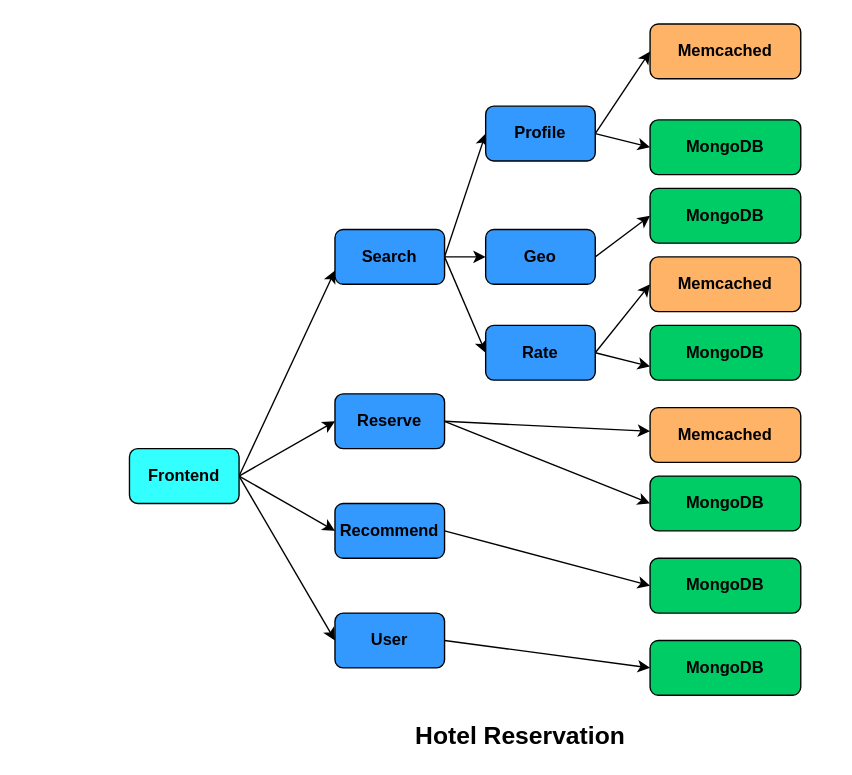
Romero027/DeathStarBench keeps this draw.io diagram as hotelReservation/hotel_arch.drawio. Above is the earlier version. Source tidied: cells renumbered, new cells numbered last; positions are measured from the earlier drawing's top-left corner, leaving out a move shared by most shapes. Both pictures are drawn from the tidied source at 137%, with x=0, y=0 at pixel (129, 23).
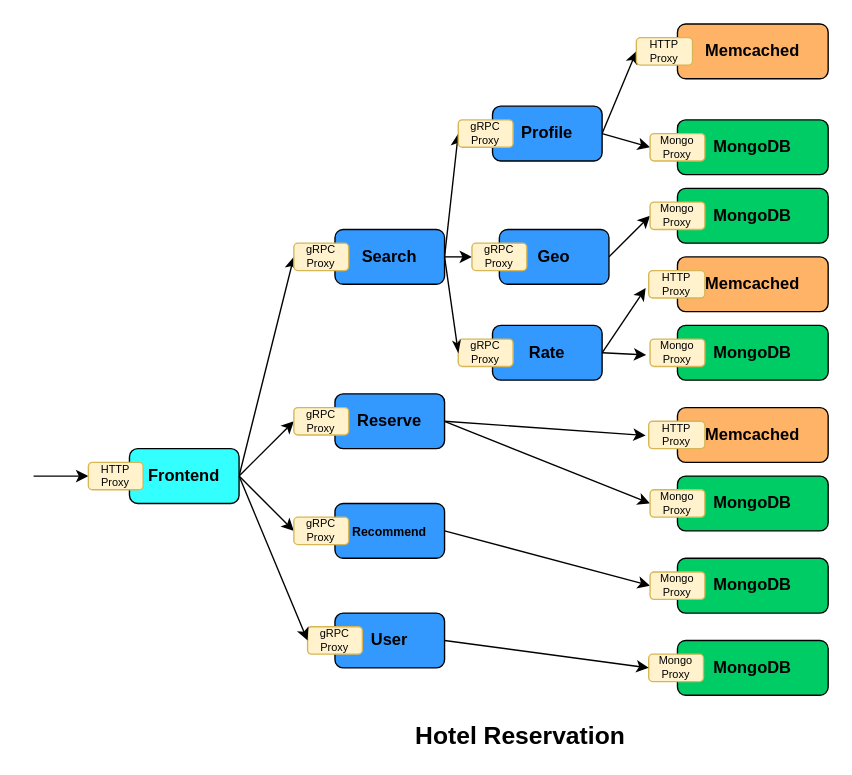
Above is the later version.

Commit message:
update hotel arch'

The change refers to these unchanged cells:
```xml
<mxCell id="6" value="&lt;b&gt;Frontend&lt;/b&gt;" style="rounded=1;whiteSpace=wrap;html=1;fillColor=#33FFFF;" parent="1" vertex="1">
  <mxGeometry y="310" width="80" height="40" as="geometry" />
</mxCell>
<mxCell id="10" value="&lt;b&gt;Search&lt;/b&gt;" style="rounded=1;whiteSpace=wrap;html=1;fillColor=#3399FF;" parent="1" vertex="1">
  <mxGeometry x="150" y="150" width="80" height="40" as="geometry" />
</mxCell>
<mxCell id="15" value="&lt;b&gt;Reserve&lt;/b&gt;" style="rounded=1;whiteSpace=wrap;html=1;fillColor=#3399FF;" parent="1" vertex="1">
  <mxGeometry x="150" y="270" width="80" height="40" as="geometry" />
</mxCell>
<mxCell id="17" value="&lt;b&gt;User&lt;/b&gt;" style="rounded=1;whiteSpace=wrap;html=1;fillColor=#3399FF;" parent="1" vertex="1">
  <mxGeometry x="150" y="430" width="80" height="40" as="geometry" />
</mxCell>
```

Diff of the diagram source:
```diff
@@
-    <mxCell id="2" style="edgeStyle=none;rounded=0;jettySize=auto;html=1;exitX=1;exitY=0.5;exitDx=0;exitDy=0;entryX=0;entryY=0.75;entryDx=0;entryDy=0;" parent="1" edge="1" source="6" target="10">
+    <mxCell id="2" style="edgeStyle=none;rounded=0;jettySize=auto;html=1;exitX=1;exitY=0.5;exitDx=0;exitDy=0;entryX=0;entryY=0.5;entryDx=0;entryDy=0;" parent="1" edge="1" source="6" target="39">
       <mxGeometry relative="1" as="geometry" />
     </mxCell>
-    <mxCell id="3" style="edgeStyle=none;rounded=0;jettySize=auto;html=1;exitX=1;exitY=0.5;exitDx=0;exitDy=0;entryX=0;entryY=0.5;entryDx=0;entryDy=0;" parent="1" edge="1" source="6" target="15">
+    <mxCell id="3" style="edgeStyle=none;rounded=0;jettySize=auto;html=1;exitX=1;exitY=0.5;exitDx=0;exitDy=0;entryX=0;entryY=0.5;entryDx=0;entryDy=0;" parent="1" edge="1" source="6" target="38">
       <mxGeometry relative="1" as="geometry" />
     </mxCell>
-    <mxCell id="4" style="edgeStyle=none;rounded=0;jettySize=auto;html=1;exitX=1;exitY=0.5;exitDx=0;exitDy=0;entryX=0;entryY=0.5;entryDx=0;entryDy=0;" parent="1" edge="1" source="6" target="12">
+    <mxCell id="4" style="edgeStyle=none;rounded=0;jettySize=auto;html=1;exitX=1;exitY=0.5;exitDx=0;exitDy=0;entryX=0;entryY=0.5;entryDx=0;entryDy=0;" parent="1" edge="1" source="6" target="40">
       <mxGeometry relative="1" as="geometry" />
     </mxCell>
-    <mxCell id="5" style="edgeStyle=none;rounded=0;jettySize=auto;html=1;exitX=1;exitY=0.5;exitDx=0;exitDy=0;entryX=0;entryY=0.5;entryDx=0;entryDy=0;" parent="1" edge="1" source="6" target="17">
+    <mxCell id="5" style="edgeStyle=none;rounded=0;jettySize=auto;html=1;exitX=1;exitY=0.5;exitDx=0;exitDy=0;entryX=0;entryY=0.5;entryDx=0;entryDy=0;startArrow=none;" parent="1" edge="1" source="41" target="17">
       <mxGeometry relative="1" as="geometry" />
     </mxCell>
@@
-    <mxCell id="7" style="rounded=0;jettySize=auto;html=1;exitX=1;exitY=0.5;exitDx=0;exitDy=0;entryX=0;entryY=0.5;entryDx=0;entryDy=0;" parent="1" edge="1" source="10" target="20">
+    <mxCell id="7" style="rounded=0;jettySize=auto;html=1;exitX=1;exitY=0.5;exitDx=0;exitDy=0;entryX=0;entryY=0.5;entryDx=0;entryDy=0;" parent="1" edge="1" source="10" target="43">
       <mxGeometry relative="1" as="geometry" />
     </mxCell>
-    <mxCell id="8" style="edgeStyle=none;rounded=0;jettySize=auto;html=1;exitX=1;exitY=0.5;exitDx=0;exitDy=0;" parent="1" edge="1" source="10" target="22">
+    <mxCell id="8" style="edgeStyle=none;rounded=0;jettySize=auto;html=1;exitX=1;exitY=0.5;exitDx=0;exitDy=0;entryX=0;entryY=0.5;entryDx=0;entryDy=0;" parent="1" edge="1" source="10" target="44">
       <mxGeometry relative="1" as="geometry" />
     </mxCell>
-    <mxCell id="9" style="edgeStyle=none;rounded=0;jettySize=auto;html=1;exitX=1;exitY=0.5;exitDx=0;exitDy=0;entryX=0;entryY=0.5;entryDx=0;entryDy=0;" parent="1" edge="1" source="10" target="25">
+    <mxCell id="9" style="edgeStyle=none;rounded=0;jettySize=auto;html=1;exitX=1;exitY=0.5;exitDx=0;exitDy=0;entryX=0;entryY=0.5;entryDx=0;entryDy=0;startArrow=none;" parent="1" edge="1" source="45" target="25">
       <mxGeometry relative="1" as="geometry" />
     </mxCell>
@@
-    <mxCell id="11" style="edgeStyle=none;rounded=0;jettySize=auto;html=1;exitX=1;exitY=0.5;exitDx=0;exitDy=0;entryX=0;entryY=0.5;entryDx=0;entryDy=0;" parent="1" edge="1" source="12" target="33">
+    <mxCell id="11" style="edgeStyle=none;rounded=0;jettySize=auto;html=1;exitX=1;exitY=0.5;exitDx=0;exitDy=0;entryX=0;entryY=0.5;entryDx=0;entryDy=0;" parent="1" edge="1" source="12" target="55">
       <mxGeometry relative="1" as="geometry" />
     </mxCell>
-    <mxCell id="12" value="&lt;b&gt;Recommend&lt;/b&gt;" style="rounded=1;whiteSpace=wrap;html=1;fillColor=#3399FF;" parent="1" vertex="1">
+    <mxCell id="12" value="&lt;b&gt;&lt;font style=&quot;font-size: 9px&quot;&gt;Recommend&lt;/font&gt;&lt;/b&gt;" style="rounded=1;whiteSpace=wrap;html=1;fillColor=#3399FF;" parent="1" vertex="1">
       <mxGeometry x="150" y="350" width="80" height="40" as="geometry" />
     </mxCell>
-    <mxCell id="13" style="edgeStyle=none;rounded=0;jettySize=auto;html=1;exitX=1;exitY=0.5;exitDx=0;exitDy=0;" parent="1" edge="1" source="15" target="28">
+    <mxCell id="13" style="edgeStyle=none;rounded=0;jettySize=auto;html=1;exitX=1;exitY=0.5;exitDx=0;exitDy=0;entryX=-0.054;entryY=0.52;entryDx=0;entryDy=0;entryPerimeter=0;" parent="1" edge="1" source="15" target="53">
       <mxGeometry relative="1" as="geometry" />
     </mxCell>
-    <mxCell id="14" style="edgeStyle=none;rounded=0;jettySize=auto;html=1;exitX=1;exitY=0.5;exitDx=0;exitDy=0;entryX=0;entryY=0.5;entryDx=0;entryDy=0;" parent="1" edge="1" source="15" target="32">
+    <mxCell id="14" style="edgeStyle=none;rounded=0;jettySize=auto;html=1;exitX=1;exitY=0.5;exitDx=0;exitDy=0;entryX=0;entryY=0.5;entryDx=0;entryDy=0;" parent="1" edge="1" source="15" target="54">
       <mxGeometry relative="1" as="geometry" />
     </mxCell>
@@
-    <mxCell id="16" style="edgeStyle=none;rounded=0;jettySize=auto;html=1;exitX=1;exitY=0.5;exitDx=0;exitDy=0;entryX=0;entryY=0.5;entryDx=0;entryDy=0;" parent="1" edge="1" source="17" target="34">
+    <mxCell id="16" style="edgeStyle=none;rounded=0;jettySize=auto;html=1;exitX=1;exitY=0.5;exitDx=0;exitDy=0;entryX=0;entryY=0.5;entryDx=0;entryDy=0;startArrow=none;" parent="1" edge="1" source="56" target="34">
       <mxGeometry relative="1" as="geometry" />
     </mxCell>
@@
-    <mxCell id="18" style="edgeStyle=none;rounded=0;jettySize=auto;html=1;exitX=1;exitY=0.5;exitDx=0;exitDy=0;entryX=0;entryY=0.5;entryDx=0;entryDy=0;" parent="1" edge="1" source="20" target="26">
-      <mxGeometry relative="1" as="geometry" />
+    <mxCell id="18" style="edgeStyle=none;rounded=0;jettySize=auto;html=1;exitX=1;exitY=0.5;exitDx=0;exitDy=0;" parent="1" edge="1" source="20">
+      <mxGeometry relative="1" as="geometry">
+        <mxPoint x="370" y="20" as="targetPoint" />
+      </mxGeometry>
     </mxCell>
-    <mxCell id="19" style="edgeStyle=none;rounded=0;jettySize=auto;html=1;exitX=1;exitY=0.5;exitDx=0;exitDy=0;entryX=0;entryY=0.5;entryDx=0;entryDy=0;" parent="1" edge="1" source="20" target="29">
+    <mxCell id="19" style="edgeStyle=none;rounded=0;jettySize=auto;html=1;exitX=1;exitY=0.5;exitDx=0;exitDy=0;entryX=0;entryY=0.5;entryDx=0;entryDy=0;" parent="1" edge="1" source="20" target="48">
       <mxGeometry relative="1" as="geometry" />
     </mxCell>
     <mxCell id="20" value="&lt;b&gt;Profile&lt;/b&gt;" style="rounded=1;whiteSpace=wrap;html=1;fillColor=#3399FF;" parent="1" vertex="1">
-      <mxGeometry x="260" y="60" width="80" height="40" as="geometry" />
+      <mxGeometry x="265" y="60" width="80" height="40" as="geometry" />
     </mxCell>
-    <mxCell id="21" style="edgeStyle=none;rounded=0;jettySize=auto;html=1;exitX=1;exitY=0.5;exitDx=0;exitDy=0;entryX=0;entryY=0.5;entryDx=0;entryDy=0;" parent="1" edge="1" source="22" target="30">
+    <mxCell id="21" style="edgeStyle=none;rounded=0;jettySize=auto;html=1;exitX=1;exitY=0.5;exitDx=0;exitDy=0;entryX=0;entryY=0.5;entryDx=0;entryDy=0;" parent="1" edge="1" source="22" target="49">
       <mxGeometry relative="1" as="geometry" />
     </mxCell>
     <mxCell id="22" value="&lt;b&gt;Geo&lt;/b&gt;" style="rounded=1;whiteSpace=wrap;html=1;fillColor=#3399FF;" parent="1" vertex="1">
-      <mxGeometry x="260" y="150" width="80" height="40" as="geometry" />
+      <mxGeometry x="270" y="150" width="80" height="40" as="geometry" />
     </mxCell>
-    <mxCell id="23" style="edgeStyle=none;rounded=0;jettySize=auto;html=1;exitX=1;exitY=0.5;exitDx=0;exitDy=0;entryX=0;entryY=0.5;entryDx=0;entryDy=0;" parent="1" edge="1" source="25" target="27">
+    <mxCell id="23" style="edgeStyle=none;rounded=0;jettySize=auto;html=1;exitX=1;exitY=0.5;exitDx=0;exitDy=0;entryX=0;entryY=0.5;entryDx=0;entryDy=0;startArrow=none;" parent="1" edge="1" source="50" target="27">
       <mxGeometry relative="1" as="geometry" />
     </mxCell>
-    <mxCell id="24" style="edgeStyle=none;rounded=0;jettySize=auto;html=1;exitX=1;exitY=0.5;exitDx=0;exitDy=0;entryX=0;entryY=0.75;entryDx=0;entryDy=0;" parent="1" edge="1" source="25" target="31">
+    <mxCell id="24" style="edgeStyle=none;rounded=0;jettySize=auto;html=1;exitX=1;exitY=0.5;exitDx=0;exitDy=0;entryX=-0.07;entryY=0.58;entryDx=0;entryDy=0;entryPerimeter=0;" parent="1" edge="1" source="25" target="52">
       <mxGeometry relative="1" as="geometry" />
     </mxCell>
     <mxCell id="25" value="&lt;b&gt;Rate&lt;/b&gt;" style="rounded=1;whiteSpace=wrap;html=1;fillColor=#3399FF;" parent="1" vertex="1">
-      <mxGeometry x="260" y="220" width="80" height="40" as="geometry" />
+      <mxGeometry x="265" y="220" width="80" height="40" as="geometry" />
     </mxCell>
     <mxCell id="26" value="&lt;b&gt;Memcached&lt;/b&gt;" style="rounded=1;whiteSpace=wrap;html=1;fillColor=#FFB366;" parent="1" vertex="1">
-      <mxGeometry x="380" width="110" height="40" as="geometry" />
+      <mxGeometry x="400" width="110" height="40" as="geometry" />
     </mxCell>
     <mxCell id="27" value="&lt;b&gt;Memcached&lt;/b&gt;" style="rounded=1;whiteSpace=wrap;html=1;fillColor=#FFB366;" parent="1" vertex="1">
-      <mxGeometry x="380" y="170" width="110" height="40" as="geometry" />
+      <mxGeometry x="400" y="170" width="110" height="40" as="geometry" />
     </mxCell>
     <mxCell id="28" value="&lt;b&gt;Memcached&lt;/b&gt;" style="rounded=1;whiteSpace=wrap;html=1;fillColor=#FFB366;" parent="1" vertex="1">
-      <mxGeometry x="380" y="280" width="110" height="40" as="geometry" />
+      <mxGeometry x="400" y="280" width="110" height="40" as="geometry" />
     </mxCell>
     <mxCell id="29" value="&lt;b&gt;MongoDB&lt;/b&gt;" style="rounded=1;whiteSpace=wrap;html=1;fillColor=#00CC66;" parent="1" vertex="1">
-      <mxGeometry x="380" y="70" width="110" height="40" as="geometry" />
+      <mxGeometry x="400" y="70" width="110" height="40" as="geometry" />
     </mxCell>
     <mxCell id="30" value="&lt;b&gt;MongoDB&lt;/b&gt;" style="rounded=1;whiteSpace=wrap;html=1;fillColor=#00CC66;" parent="1" vertex="1">
-      <mxGeometry x="380" y="120" width="110" height="40" as="geometry" />
+      <mxGeometry x="400" y="120" width="110" height="40" as="geometry" />
     </mxCell>
     <mxCell id="31" value="&lt;b&gt;MongoDB&lt;/b&gt;" style="rounded=1;whiteSpace=wrap;html=1;fillColor=#00CC66;" parent="1" vertex="1">
-      <mxGeometry x="380" y="220" width="110" height="40" as="geometry" />
+      <mxGeometry x="400" y="220" width="110" height="40" as="geometry" />
     </mxCell>
     <mxCell id="32" value="&lt;b&gt;MongoDB&lt;/b&gt;" style="rounded=1;whiteSpace=wrap;html=1;fillColor=#00CC66;" parent="1" vertex="1">
-      <mxGeometry x="380" y="330" width="110" height="40" as="geometry" />
+      <mxGeometry x="400" y="330" width="110" height="40" as="geometry" />
     </mxCell>
     <mxCell id="33" value="&lt;b&gt;MongoDB&lt;/b&gt;" style="rounded=1;whiteSpace=wrap;html=1;fillColor=#00CC66;" parent="1" vertex="1">
-      <mxGeometry x="380" y="390" width="110" height="40" as="geometry" />
+      <mxGeometry x="400" y="390" width="110" height="40" as="geometry" />
     </mxCell>
     <mxCell id="34" value="&lt;b&gt;MongoDB&lt;/b&gt;" style="rounded=1;whiteSpace=wrap;html=1;fillColor=#00CC66;" parent="1" vertex="1">
-      <mxGeometry x="380" y="450" width="110" height="40" as="geometry" />
+      <mxGeometry x="400" y="450" width="110" height="40" as="geometry" />
     </mxCell>
@@
+    <mxCell id="36" style="edgeStyle=orthogonalEdgeStyle;rounded=0;jettySize=auto;html=1;exitX=0;exitY=0.5;exitDx=0;exitDy=0;endArrow=none;endFill=0;startArrow=classic;startFill=1;" parent="1" edge="1" source="37">
+      <mxGeometry relative="1" as="geometry">
+        <mxPoint x="-70" y="330" as="targetPoint" />
+      </mxGeometry>
+    </mxCell>
+    <mxCell id="37" value="&lt;font style=&quot;font-size: 8px&quot;&gt;HTTP Proxy&lt;/font&gt;" style="rounded=1;whiteSpace=wrap;html=1;fontSize=7;fillColor=#fff2cc;strokeColor=#d6b656;" parent="1" vertex="1">
+      <mxGeometry x="-30" y="320" width="40" height="20" as="geometry" />
+    </mxCell>
+    <mxCell id="38" value="&lt;font style=&quot;font-size: 8px&quot;&gt;gRPC Proxy&lt;/font&gt;" style="rounded=1;whiteSpace=wrap;html=1;fontSize=7;fillColor=#fff2cc;strokeColor=#d6b656;" parent="1" vertex="1">
+      <mxGeometry x="120" y="280" width="40" height="20" as="geometry" />
+    </mxCell>
+    <mxCell id="39" value="&lt;font style=&quot;font-size: 8px&quot;&gt;gRPC Proxy&lt;/font&gt;" style="rounded=1;whiteSpace=wrap;html=1;fontSize=7;fillColor=#fff2cc;strokeColor=#d6b656;" parent="1" vertex="1">
+      <mxGeometry x="120" y="160" width="40" height="20" as="geometry" />
+    </mxCell>
+    <mxCell id="40" value="&lt;font style=&quot;font-size: 8px&quot;&gt;gRPC Proxy&lt;/font&gt;" style="rounded=1;whiteSpace=wrap;html=1;fontSize=7;fillColor=#fff2cc;strokeColor=#d6b656;" parent="1" vertex="1">
+      <mxGeometry x="120" y="360" width="40" height="20" as="geometry" />
+    </mxCell>
+    <mxCell id="41" value="&lt;font style=&quot;font-size: 8px&quot;&gt;gRPC Proxy&lt;/font&gt;" style="rounded=1;whiteSpace=wrap;html=1;fontSize=7;fillColor=#fff2cc;strokeColor=#d6b656;" parent="1" vertex="1">
+      <mxGeometry x="130" y="440" width="40" height="20" as="geometry" />
+    </mxCell>
+    <mxCell id="42" style="edgeStyle=none;rounded=0;jettySize=auto;html=1;exitX=1;exitY=0.5;exitDx=0;exitDy=0;endArrow=classic;entryX=0;entryY=0.5;entryDx=0;entryDy=0;endFill=1;" parent="1" edge="1" source="6" target="41">
+      <mxGeometry relative="1" as="geometry" />
+    </mxCell>
+    <mxCell id="43" value="&lt;font style=&quot;font-size: 8px&quot;&gt;gRPC Proxy&lt;/font&gt;" style="rounded=1;whiteSpace=wrap;html=1;fontSize=7;fillColor=#fff2cc;strokeColor=#d6b656;" parent="1" vertex="1">
+      <mxGeometry x="240" y="70" width="40" height="20" as="geometry" />
+    </mxCell>
+    <mxCell id="44" value="&lt;font style=&quot;font-size: 8px&quot;&gt;gRPC Proxy&lt;/font&gt;" style="rounded=1;whiteSpace=wrap;html=1;fontSize=7;fillColor=#fff2cc;strokeColor=#d6b656;" parent="1" vertex="1">
+      <mxGeometry x="250" y="160" width="40" height="20" as="geometry" />
+    </mxCell>
+    <mxCell id="45" value="&lt;font style=&quot;font-size: 8px&quot;&gt;gRPC Proxy&lt;/font&gt;" style="rounded=1;whiteSpace=wrap;html=1;fontSize=7;fillColor=#fff2cc;strokeColor=#d6b656;" parent="1" vertex="1">
+      <mxGeometry x="240" y="230" width="40" height="20" as="geometry" />
+    </mxCell>
+    <mxCell id="46" style="edgeStyle=none;rounded=0;jettySize=auto;html=1;exitX=1;exitY=0.5;exitDx=0;exitDy=0;endArrow=classicThin;entryX=0;entryY=0.5;entryDx=0;entryDy=0;endFill=1;" parent="1" edge="1" source="10" target="45">
+      <mxGeometry relative="1" as="geometry" />
+    </mxCell>
+    <mxCell id="47" value="&lt;font style=&quot;font-size: 8px&quot;&gt;HTTP Proxy&lt;/font&gt;" style="rounded=1;whiteSpace=wrap;html=1;fontSize=7;fillColor=#fff2cc;strokeColor=#d6b656;" parent="1" vertex="1">
+      <mxGeometry x="370" y="10" width="41" height="20" as="geometry" />
+    </mxCell>
+    <mxCell id="48" value="&lt;font style=&quot;font-size: 8px&quot;&gt;Mongo Proxy&lt;/font&gt;" style="rounded=1;whiteSpace=wrap;html=1;fontSize=7;fillColor=#fff2cc;strokeColor=#d6b656;" parent="1" vertex="1">
+      <mxGeometry x="380" y="80" width="40" height="20" as="geometry" />
+    </mxCell>
+    <mxCell id="49" value="&lt;font style=&quot;font-size: 8px&quot;&gt;Mongo Proxy&lt;/font&gt;" style="rounded=1;whiteSpace=wrap;html=1;fontSize=7;fillColor=#fff2cc;strokeColor=#d6b656;" parent="1" vertex="1">
+      <mxGeometry x="380" y="130" width="40" height="20" as="geometry" />
+    </mxCell>
+    <mxCell id="50" value="&lt;font style=&quot;font-size: 8px&quot;&gt;HTTP Proxy&lt;/font&gt;" style="rounded=1;whiteSpace=wrap;html=1;fontSize=7;fillColor=#fff2cc;strokeColor=#d6b656;" parent="1" vertex="1">
+      <mxGeometry x="379" y="180" width="41" height="20" as="geometry" />
+    </mxCell>
+    <mxCell id="51" style="edgeStyle=none;rounded=0;jettySize=auto;html=1;exitX=1;exitY=0.5;exitDx=0;exitDy=0;endArrow=classic;entryX=-0.054;entryY=0.64;entryDx=0;entryDy=0;entryPerimeter=0;endFill=1;" parent="1" edge="1" source="25" target="50">
+      <mxGeometry relative="1" as="geometry" />
+    </mxCell>
+    <mxCell id="52" value="&lt;font style=&quot;font-size: 8px&quot;&gt;Mongo Proxy&lt;/font&gt;" style="rounded=1;whiteSpace=wrap;html=1;fontSize=7;fillColor=#fff2cc;strokeColor=#d6b656;" parent="1" vertex="1">
+      <mxGeometry x="380" y="230" width="40" height="20" as="geometry" />
+    </mxCell>
+    <mxCell id="53" value="&lt;font style=&quot;font-size: 8px&quot;&gt;HTTP Proxy&lt;/font&gt;" style="rounded=1;whiteSpace=wrap;html=1;fontSize=7;fillColor=#fff2cc;strokeColor=#d6b656;" parent="1" vertex="1">
+      <mxGeometry x="379" y="290" width="41" height="20" as="geometry" />
+    </mxCell>
+    <mxCell id="54" value="&lt;font style=&quot;font-size: 8px&quot;&gt;Mongo Proxy&lt;/font&gt;" style="rounded=1;whiteSpace=wrap;html=1;fontSize=7;fillColor=#fff2cc;strokeColor=#d6b656;" parent="1" vertex="1">
+      <mxGeometry x="380" y="340" width="40" height="20" as="geometry" />
+    </mxCell>
+    <mxCell id="55" value="&lt;font style=&quot;font-size: 8px&quot;&gt;Mongo Proxy&lt;/font&gt;" style="rounded=1;whiteSpace=wrap;html=1;fontSize=7;fillColor=#fff2cc;strokeColor=#d6b656;" parent="1" vertex="1">
+      <mxGeometry x="380" y="400" width="40" height="20" as="geometry" />
+    </mxCell>
+    <mxCell id="56" value="&lt;font style=&quot;font-size: 8px&quot;&gt;Mongo Proxy&lt;/font&gt;" style="rounded=1;whiteSpace=wrap;html=1;fontSize=7;fillColor=#fff2cc;strokeColor=#d6b656;" parent="1" vertex="1">
+      <mxGeometry x="379" y="460" width="40" height="20" as="geometry" />
+    </mxCell>
+    <mxCell id="57" style="edgeStyle=none;rounded=0;jettySize=auto;html=1;exitX=1;exitY=0.5;exitDx=0;exitDy=0;endArrow=classic;entryX=0;entryY=0.5;entryDx=0;entryDy=0;endFill=1;" parent="1" edge="1" source="17" target="56">
+      <mxGeometry relative="1" as="geometry" />
+    </mxCell>
```
